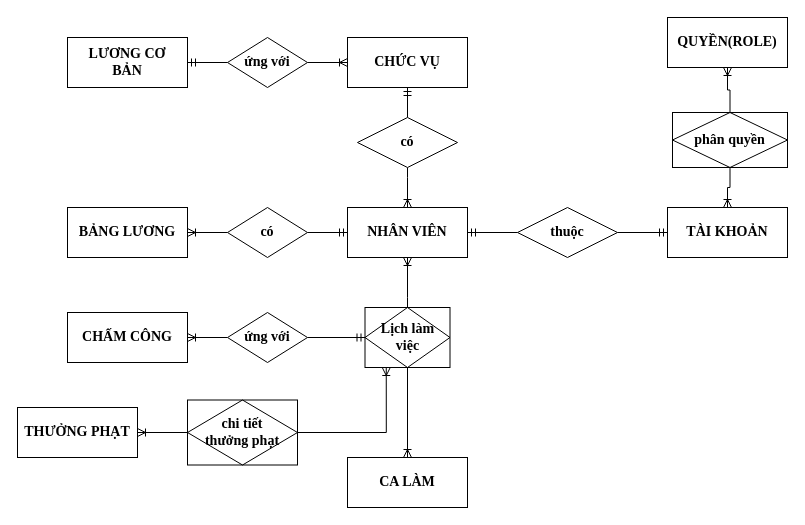
Above: erd_QLNV_VINMART.drawio in chihoa-nguyen/quan-ly-nhan-vien (draw.io), before the change. Source tidied: cells renumbered, new cells numbered last; positions are measured from the earlier drawing's top-left corner, leaving out a move shared by most shapes. Both pictures are drawn from the tidied source at 100%, with x=0, y=0 at pixel (17, 17).
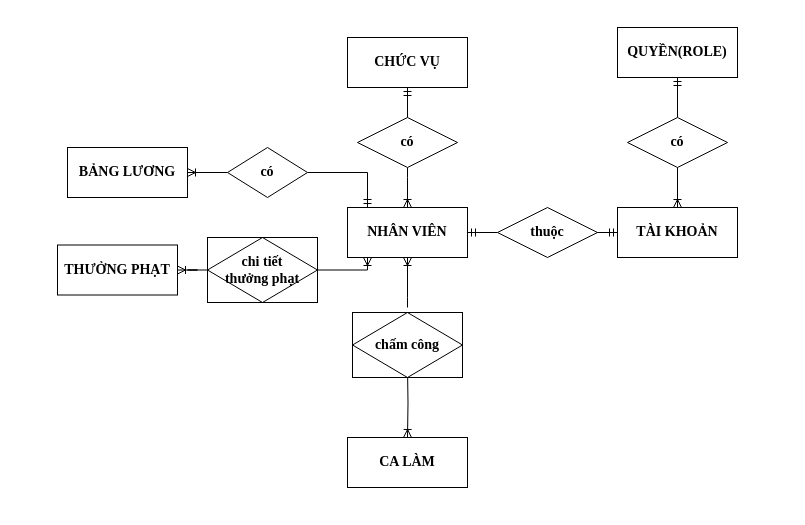
Above is the later version.

Unchanged cells that the change refers to:
```xml
<mxCell id="2" value="&lt;font style=&quot;font-size: 14px;&quot; face=&quot;Times New Roman&quot;&gt;&lt;b&gt;CHỨC VỤ&lt;/b&gt;&lt;/font&gt;" style="rounded=0;whiteSpace=wrap;html=1;" parent="1" vertex="1">
  <mxGeometry x="330" y="20" width="120" height="50" as="geometry" />
</mxCell>
<mxCell id="5" value="&lt;font style=&quot;font-size: 14px;&quot; face=&quot;Times New Roman&quot;&gt;&lt;b&gt;NHÂN VIÊN&lt;/b&gt;&lt;/font&gt;" style="rounded=0;whiteSpace=wrap;html=1;" parent="1" vertex="1">
  <mxGeometry x="330" y="190" width="120" height="50" as="geometry" />
</mxCell>
```

Change to the diagram source:
```diff
@@
     <mxCell id="3" value="&lt;font style=&quot;font-size: 14px;&quot; face=&quot;Times New Roman&quot;&gt;&lt;b&gt;CA LÀM&lt;/b&gt;&lt;/font&gt;" style="rounded=0;whiteSpace=wrap;html=1;" parent="1" vertex="1">
-      <mxGeometry x="330" y="440" width="120" height="50" as="geometry" />
+      <mxGeometry x="330" y="420" width="120" height="50" as="geometry" />
     </mxCell>
     <mxCell id="4" value="&lt;font style=&quot;font-size: 14px;&quot; face=&quot;Times New Roman&quot;&gt;&lt;b&gt;QUYỀN(ROLE)&lt;/b&gt;&lt;/font&gt;" style="rounded=0;whiteSpace=wrap;html=1;" parent="1" vertex="1">
-      <mxGeometry x="650" width="120" height="50" as="geometry" />
+      <mxGeometry x="600" y="10" width="120" height="50" as="geometry" />
     </mxCell>
@@
     <mxCell id="6" value="&lt;font style=&quot;font-size: 14px;&quot; face=&quot;Times New Roman&quot;&gt;&lt;b&gt;TÀI KHOẢN&lt;/b&gt;&lt;/font&gt;" style="rounded=0;whiteSpace=wrap;html=1;" parent="1" vertex="1">
-      <mxGeometry x="650" y="190" width="120" height="50" as="geometry" />
+      <mxGeometry x="600" y="190" width="120" height="50" as="geometry" />
     </mxCell>
-    <mxCell id="7" value="&lt;font style=&quot;font-size: 14px;&quot; face=&quot;Times New Roman&quot;&gt;&lt;b&gt;CHẤM CÔNG&lt;/b&gt;&lt;/font&gt;" style="rounded=0;whiteSpace=wrap;html=1;" parent="1" vertex="1">
-      <mxGeometry x="50" y="295" width="120" height="50" as="geometry" />
-    </mxCell>
-    <mxCell id="8" value="&lt;font style=&quot;font-size: 14px;&quot; face=&quot;Times New Roman&quot;&gt;&lt;b&gt;LƯƠNG CƠ &lt;br&gt;BẢN&lt;/b&gt;&lt;/font&gt;" style="rounded=0;whiteSpace=wrap;html=1;" parent="1" vertex="1">
-      <mxGeometry x="50" y="20" width="120" height="50" as="geometry" />
-    </mxCell>
     <mxCell id="9" value="&lt;font style=&quot;font-size: 14px;&quot; face=&quot;Times New Roman&quot;&gt;&lt;b&gt;THƯỞNG PHẠT&lt;/b&gt;&lt;/font&gt;" style="rounded=0;whiteSpace=wrap;html=1;" parent="1" vertex="1">
-      <mxGeometry y="390" width="120" height="50" as="geometry" />
+      <mxGeometry x="40" y="227.5" width="120" height="50" as="geometry" />
     </mxCell>
     <mxCell id="10" value="&lt;font style=&quot;font-size: 14px;&quot; face=&quot;Times New Roman&quot;&gt;&lt;b&gt;BẢNG LƯƠNG&lt;/b&gt;&lt;/font&gt;" style="rounded=0;whiteSpace=wrap;html=1;" parent="1" vertex="1">
-      <mxGeometry x="50" y="190" width="120" height="50" as="geometry" />
+      <mxGeometry x="50" y="130" width="120" height="50" as="geometry" />
     </mxCell>
@@
-    <mxCell id="14" style="edgeStyle=orthogonalEdgeStyle;rounded=0;jettySize=auto;html=1;fontFamily=Times New Roman;fontSize=14;endArrow=ERoneToMany;endFill=0;" parent="1" edge="1" source="16" target="6">
-      <mxGeometry relative="1" as="geometry" />
-    </mxCell>
-    <mxCell id="15" style="edgeStyle=orthogonalEdgeStyle;rounded=0;jettySize=auto;html=1;endArrow=ERoneToMany;endFill=0;" parent="1" edge="1" source="16" target="4">
+    <mxCell id="15" style="edgeStyle=orthogonalEdgeStyle;rounded=0;jettySize=auto;html=1;endArrow=ERmandOne;endFill=0;exitX=0.5;exitY=0;exitDx=0;exitDy=0;" parent="1" edge="1" source="37" target="4">
       <mxGeometry relative="1" as="geometry" />
     </mxCell>
-    <mxCell id="16" value="&lt;b&gt;phân quyền&lt;/b&gt;" style="shape=associativeEntity;whiteSpace=wrap;html=1;align=center;fontFamily=Times New Roman;fontSize=14;" parent="1" vertex="1">
-      <mxGeometry x="655" y="95" width="115" height="55" as="geometry" />
-    </mxCell>
-    <mxCell id="17" style="edgeStyle=orthogonalEdgeStyle;rounded=0;jettySize=auto;html=1;fontFamily=Times New Roman;fontSize=14;endArrow=ERoneToMany;endFill=0;" parent="1" edge="1" source="19" target="5">
+    <mxCell id="17" style="edgeStyle=orthogonalEdgeStyle;rounded=0;jettySize=auto;html=1;fontFamily=Times New Roman;fontSize=14;endArrow=ERoneToMany;endFill=0;" parent="1" edge="1" target="5">
       <mxGeometry relative="1" as="geometry">
+        <mxPoint x="390" y="290" as="sourcePoint" />
         <Array as="points">
           <mxPoint x="390" y="280" />
           <mxPoint x="390" y="280" />
         </Array>
       </mxGeometry>
     </mxCell>
-    <mxCell id="18" style="edgeStyle=orthogonalEdgeStyle;rounded=0;jettySize=auto;html=1;fontFamily=Times New Roman;fontSize=14;endArrow=ERoneToMany;endFill=0;" parent="1" edge="1" source="19" target="3">
-      <mxGeometry relative="1" as="geometry" />
+    <mxCell id="18" style="edgeStyle=orthogonalEdgeStyle;rounded=0;jettySize=auto;html=1;fontFamily=Times New Roman;fontSize=14;endArrow=ERoneToMany;endFill=0;" parent="1" edge="1" target="3">
+      <mxGeometry relative="1" as="geometry">
+        <mxPoint x="390" y="350" as="sourcePoint" />
+      </mxGeometry>
     </mxCell>
-    <mxCell id="19" value="&lt;b&gt;Lịch làm &lt;br&gt;việc&lt;/b&gt;" style="shape=associativeEntity;whiteSpace=wrap;html=1;align=center;fontFamily=Times New Roman;fontSize=14;" parent="1" vertex="1">
-      <mxGeometry x="347.5" y="290" width="85" height="60" as="geometry" />
-    </mxCell>
@@
-    <mxCell id="21" style="edgeStyle=orthogonalEdgeStyle;rounded=0;jettySize=auto;html=1;entryX=0.25;entryY=1;entryDx=0;entryDy=0;endArrow=ERoneToMany;endFill=0;" parent="1" edge="1" source="22" target="19">
-      <mxGeometry relative="1" as="geometry" />
-    </mxCell>
+    <mxCell id="35" style="edgeStyle=orthogonalEdgeStyle;rounded=0;jettySize=auto;html=1;endArrow=ERoneToMany;endFill=0;" parent="1" edge="1" source="22" target="5">
+      <mxGeometry relative="1" as="geometry">
+        <Array as="points">
+          <mxPoint x="350" y="253" />
+        </Array>
+      </mxGeometry>
+    </mxCell>
     <mxCell id="22" value="&lt;b&gt;chi tiết&lt;br&gt;thưởng phạt&lt;br&gt;&lt;/b&gt;" style="shape=associativeEntity;whiteSpace=wrap;html=1;align=center;fontFamily=Times New Roman;fontSize=14;" parent="1" vertex="1">
-      <mxGeometry x="170" y="382.5" width="110" height="65" as="geometry" />
+      <mxGeometry x="190" y="220" width="110" height="65" as="geometry" />
     </mxCell>
-    <mxCell id="23" style="edgeStyle=orthogonalEdgeStyle;rounded=0;jettySize=auto;html=1;fontFamily=Times New Roman;fontSize=14;endArrow=ERoneToMany;endFill=0;" parent="1" edge="1" source="25" target="2">
-      <mxGeometry relative="1" as="geometry" />
-    </mxCell>
-    <mxCell id="24" style="edgeStyle=orthogonalEdgeStyle;rounded=0;jettySize=auto;html=1;fontFamily=Times New Roman;fontSize=14;endArrow=ERmandOne;endFill=0;" parent="1" edge="1" source="25" target="8">
-      <mxGeometry relative="1" as="geometry" />
-    </mxCell>
-    <mxCell id="25" value="&lt;b&gt;ứng với&lt;/b&gt;" style="rhombus;whiteSpace=wrap;html=1;fontFamily=Times New Roman;fontSize=14;" parent="1" vertex="1">
-      <mxGeometry x="210" y="20" width="80" height="50" as="geometry" />
-    </mxCell>
     <mxCell id="26" style="edgeStyle=orthogonalEdgeStyle;rounded=0;jettySize=auto;html=1;fontFamily=Times New Roman;fontSize=14;endArrow=ERmandOne;endFill=0;" parent="1" edge="1" source="28" target="5">
-      <mxGeometry relative="1" as="geometry" />
+      <mxGeometry relative="1" as="geometry">
+        <Array as="points">
+          <mxPoint x="350" y="155" />
+        </Array>
+      </mxGeometry>
     </mxCell>
@@
     <mxCell id="28" value="&lt;b&gt;có&lt;/b&gt;" style="rhombus;whiteSpace=wrap;html=1;fontFamily=Times New Roman;fontSize=14;" parent="1" vertex="1">
-      <mxGeometry x="210" y="190" width="80" height="50" as="geometry" />
+      <mxGeometry x="210" y="130" width="80" height="50" as="geometry" />
     </mxCell>
-    <mxCell id="29" style="edgeStyle=orthogonalEdgeStyle;rounded=0;jettySize=auto;html=1;endArrow=ERoneToMany;endFill=0;" parent="1" edge="1" source="31" target="7">
-      <mxGeometry relative="1" as="geometry" />
-    </mxCell>
-    <mxCell id="30" style="edgeStyle=orthogonalEdgeStyle;rounded=0;jettySize=auto;html=1;endArrow=ERmandOne;endFill=0;" parent="1" edge="1" source="31" target="19">
-      <mxGeometry relative="1" as="geometry" />
-    </mxCell>
-    <mxCell id="31" value="&lt;b&gt;ứng với&lt;/b&gt;" style="rhombus;whiteSpace=wrap;html=1;fontFamily=Times New Roman;fontSize=14;" parent="1" vertex="1">
-      <mxGeometry x="210" y="295" width="80" height="50" as="geometry" />
-    </mxCell>
@@
     <mxCell id="34" value="&lt;b&gt;thuộc&lt;/b&gt;" style="rhombus;whiteSpace=wrap;html=1;fontFamily=Times New Roman;fontSize=14;" parent="1" vertex="1">
-      <mxGeometry x="500" y="190" width="100" height="50" as="geometry" />
+      <mxGeometry x="480" y="190" width="100" height="50" as="geometry" />
     </mxCell>
+    <mxCell id="36" style="edgeStyle=orthogonalEdgeStyle;rounded=0;jettySize=auto;html=1;endArrow=ERoneToMany;endFill=0;" parent="1" edge="1" source="37" target="6">
+      <mxGeometry relative="1" as="geometry" />
+    </mxCell>
+    <mxCell id="37" value="&lt;b&gt;có&lt;/b&gt;" style="rhombus;whiteSpace=wrap;html=1;fontFamily=Times New Roman;fontSize=14;" parent="1" vertex="1">
+      <mxGeometry x="610" y="100" width="100" height="50" as="geometry" />
+    </mxCell>
+    <mxCell id="38" value="&lt;b&gt;chấm công&lt;br&gt;&lt;/b&gt;" style="shape=associativeEntity;whiteSpace=wrap;html=1;align=center;fontFamily=Times New Roman;fontSize=14;" parent="1" vertex="1">
+      <mxGeometry x="335" y="295" width="110" height="65" as="geometry" />
+    </mxCell>
```
